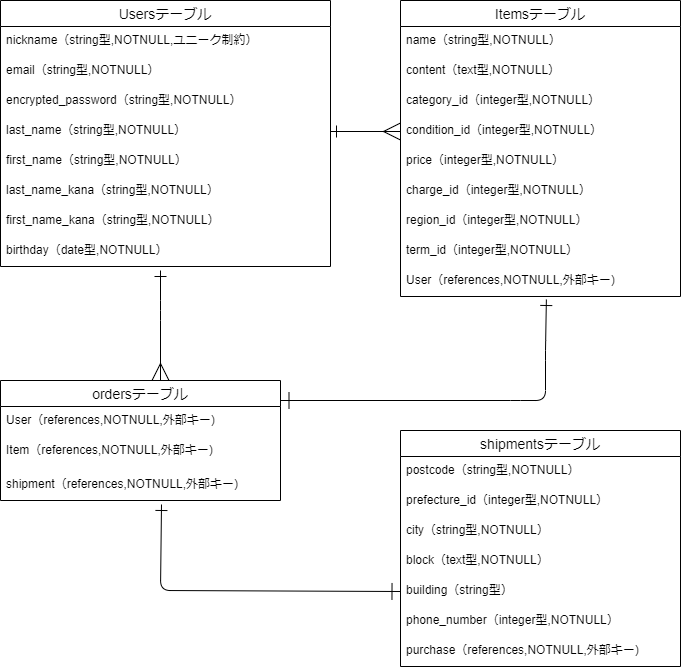
The draw.io diagram ER.png in 31chiemi/furima-38988, before a commit. Source tidied: cells renumbered, new cells last; positions are measured from the earlier drawing's top-left corner, leaving out a move shared by most shapes.
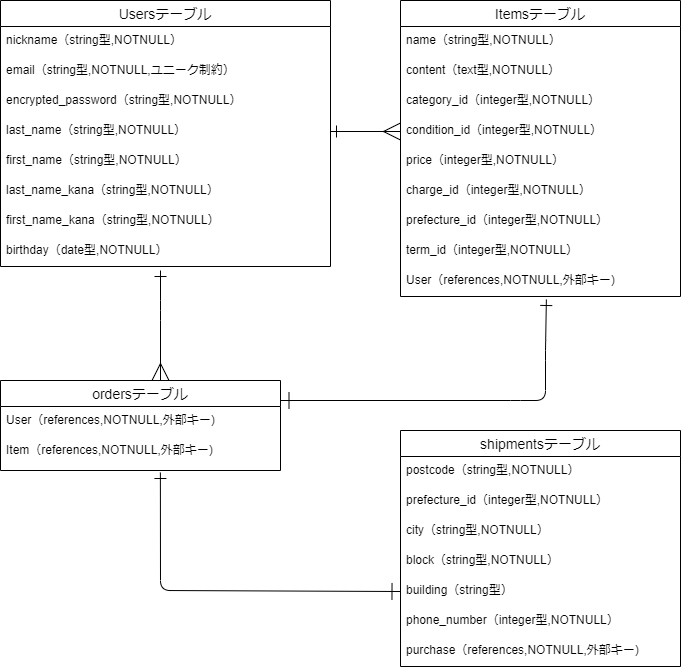
After the change.

Diff of the diagram source:
```diff
@@ -5,10 +5,10 @@
     <mxCell id="2" value="Usersテーブル" style="swimlane;fontStyle=0;horizontal=1;startSize=26;align=center;fontSize=14;labelBackgroundColor=default;" parent="1" vertex="1">
       <mxGeometry width="330" height="266" as="geometry" />
     </mxCell>
-    <mxCell id="3" value="nickname（string型,NOTNULL,ユニーク制約）" style="text;spacingLeft=4;spacingRight=4;overflow=hidden;fontSize=12;labelBackgroundColor=default;" parent="2" vertex="1">
+    <mxCell id="3" value="nickname（string型,NOTNULL）" style="text;spacingLeft=4;spacingRight=4;overflow=hidden;fontSize=12;labelBackgroundColor=default;" parent="2" vertex="1">
       <mxGeometry y="26" width="330" height="30" as="geometry" />
     </mxCell>
-    <mxCell id="4" value="email（string型,NOTNULL）" style="text;spacingLeft=4;spacingRight=4;overflow=hidden;fontSize=12;labelBackgroundColor=default;" parent="2" vertex="1">
+    <mxCell id="4" value="email（string型,NOTNULL,ユニーク制約）" style="text;spacingLeft=4;spacingRight=4;overflow=hidden;fontSize=12;labelBackgroundColor=default;" parent="2" vertex="1">
       <mxGeometry y="56" width="330" height="30" as="geometry" />
     </mxCell>
     <mxCell id="5" value="encrypted_password（string型,NOTNULL）" style="text;spacingLeft=4;spacingRight=4;overflow=hidden;fontSize=12;labelBackgroundColor=default;" parent="2" vertex="1">
@@ -50,7 +50,7 @@
     <mxCell id="17" value="charge_id（integer型,NOTNULL）" style="text;strokeColor=none;fillColor=none;spacingLeft=4;spacingRight=4;overflow=hidden;fontSize=12;labelBackgroundColor=default;" parent="11" vertex="1">
       <mxGeometry y="176" width="280" height="30" as="geometry" />
     </mxCell>
-    <mxCell id="18" value="region_id（integer型,NOTNULL）" style="text;strokeColor=none;fillColor=none;spacingLeft=4;spacingRight=4;overflow=hidden;fontSize=12;labelBackgroundColor=default;" parent="11" vertex="1">
+    <mxCell id="18" value="prefecture_id（integer型,NOTNULL）" style="text;strokeColor=none;fillColor=none;spacingLeft=4;spacingRight=4;overflow=hidden;fontSize=12;labelBackgroundColor=default;" parent="11" vertex="1">
       <mxGeometry y="206" width="280" height="30" as="geometry" />
     </mxCell>
     <mxCell id="19" value="term_id（integer型,NOTNULL）" style="text;strokeColor=none;fillColor=none;spacingLeft=4;spacingRight=4;overflow=hidden;fontSize=12;labelBackgroundColor=default;" parent="11" vertex="1">
@@ -71,7 +71,7 @@
     <mxCell id="24" value="city（string型,NOTNULL）" style="text;strokeColor=none;fillColor=none;spacingLeft=4;spacingRight=4;overflow=hidden;fontSize=12;labelBackgroundColor=default;" parent="21" vertex="1">
       <mxGeometry y="86" width="280" height="30" as="geometry" />
     </mxCell>
-    <mxCell id="25" value="block（text型,NOTNULL）" style="text;strokeColor=none;fillColor=none;spacingLeft=4;spacingRight=4;overflow=hidden;fontSize=12;labelBackgroundColor=default;" parent="21" vertex="1">
+    <mxCell id="25" value="block（string型,NOTNULL）" style="text;strokeColor=none;fillColor=none;spacingLeft=4;spacingRight=4;overflow=hidden;fontSize=12;labelBackgroundColor=default;" parent="21" vertex="1">
       <mxGeometry y="116" width="280" height="30" as="geometry" />
     </mxCell>
     <mxCell id="26" value="building（string型）" style="text;strokeColor=none;fillColor=none;spacingLeft=4;spacingRight=4;overflow=hidden;points=[[0,0.5],[1,0.5]];portConstraint=eastwest;fontSize=12;labelBackgroundColor=default;" parent="21" vertex="1">
@@ -84,7 +84,7 @@
       <mxGeometry y="206" width="280" height="30" as="geometry" />
     </mxCell>
     <mxCell id="29" value="ordersテーブル" style="swimlane;fontStyle=0;horizontal=1;startSize=26;align=center;fontSize=14;labelBackgroundColor=default;" parent="1" vertex="1">
-      <mxGeometry y="380" width="280" height="120" as="geometry" />
+      <mxGeometry y="380" width="280" height="90" as="geometry" />
     </mxCell>
     <mxCell id="30" value="User（references,NOTNULL,外部キー)" style="text;strokeColor=none;fillColor=none;spacingLeft=4;spacingRight=4;overflow=hidden;fontSize=12;labelBackgroundColor=default;" parent="29" vertex="1">
       <mxGeometry y="26" width="280" height="30" as="geometry" />
@@ -92,9 +92,6 @@
     <mxCell id="31" value="Item（references,NOTNULL,外部キー)" style="text;strokeColor=none;fillColor=none;spacingLeft=4;spacingRight=4;overflow=hidden;points=[[0,0.5],[1,0.5]];portConstraint=eastwest;fontSize=12;labelBackgroundColor=default;" parent="29" vertex="1">
       <mxGeometry y="56" width="280" height="34" as="geometry" />
     </mxCell>
-    <mxCell id="32" value="shipment（references,NOTNULL,外部キー)" style="text;strokeColor=none;fillColor=none;spacingLeft=4;spacingRight=4;overflow=hidden;points=[[0,0.5],[1,0.5]];portConstraint=eastwest;fontSize=12;labelBackgroundColor=default;" parent="29" vertex="1">
-      <mxGeometry y="90" width="280" height="30" as="geometry" />
-    </mxCell>
     <mxCell id="33" style="edgeStyle=none;html=1;exitX=1;exitY=0.5;exitDx=0;exitDy=0;entryX=0;entryY=0.5;entryDx=0;entryDy=0;startArrow=ERone;startFill=0;endArrow=ERmany;endFill=0;startSize=10;endSize=15;labelBackgroundColor=default;" parent="1" edge="1" source="6" target="15">
       <mxGeometry relative="1" as="geometry" />
     </mxCell>
@@ -117,7 +114,7 @@
         </Array>
       </mxGeometry>
     </mxCell>
-    <mxCell id="36" style="edgeStyle=none;html=1;exitX=0.575;exitY=1.133;exitDx=0;exitDy=0;startArrow=ERone;startFill=0;endArrow=ERone;endFill=0;startSize=10;endSize=15;exitPerimeter=0;entryX=0;entryY=0.5;entryDx=0;entryDy=0;labelBackgroundColor=default;" parent="1" edge="1" source="32" target="26">
+    <mxCell id="36" style="edgeStyle=none;html=1;exitX=0.571;exitY=1.059;exitDx=0;exitDy=0;startArrow=ERone;startFill=0;endArrow=ERone;endFill=0;startSize=10;endSize=15;exitPerimeter=0;entryX=0;entryY=0.5;entryDx=0;entryDy=0;labelBackgroundColor=default;" parent="1" edge="1" source="31" target="26">
       <mxGeometry relative="1" as="geometry">
         <Array as="points">
           <mxPoint x="160" y="590" />
```
